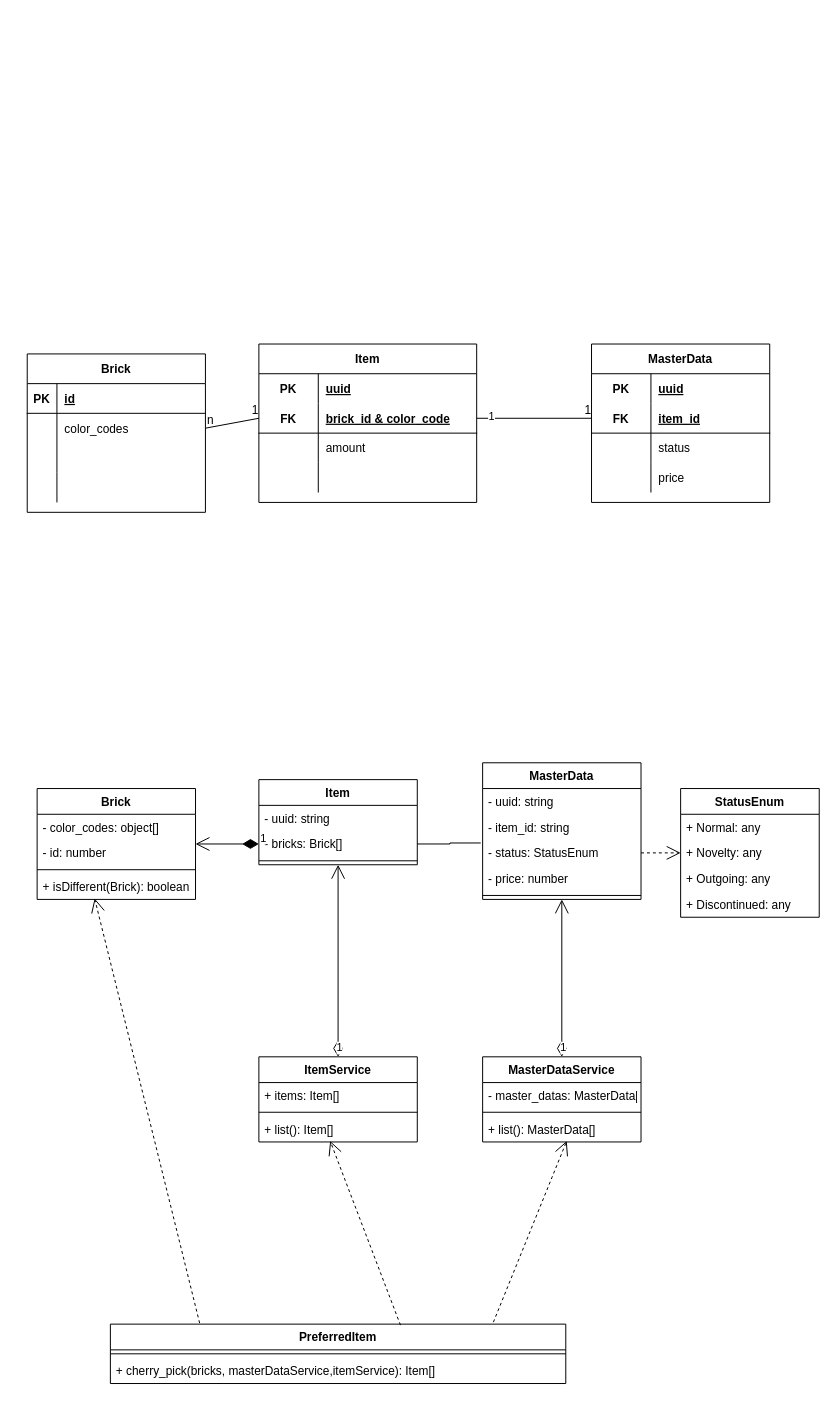
Earlier version of the draw.io diagram Untitled Diagram.drawio (coolloic/coolloic). Source tidied: cells renumbered, new cells numbered last; positions are measured from the earlier drawing's top-left corner, leaving out a move shared by most shapes. Both pictures are drawn from the tidied source at 99%, with x=0, y=0 at pixel (27, 344).
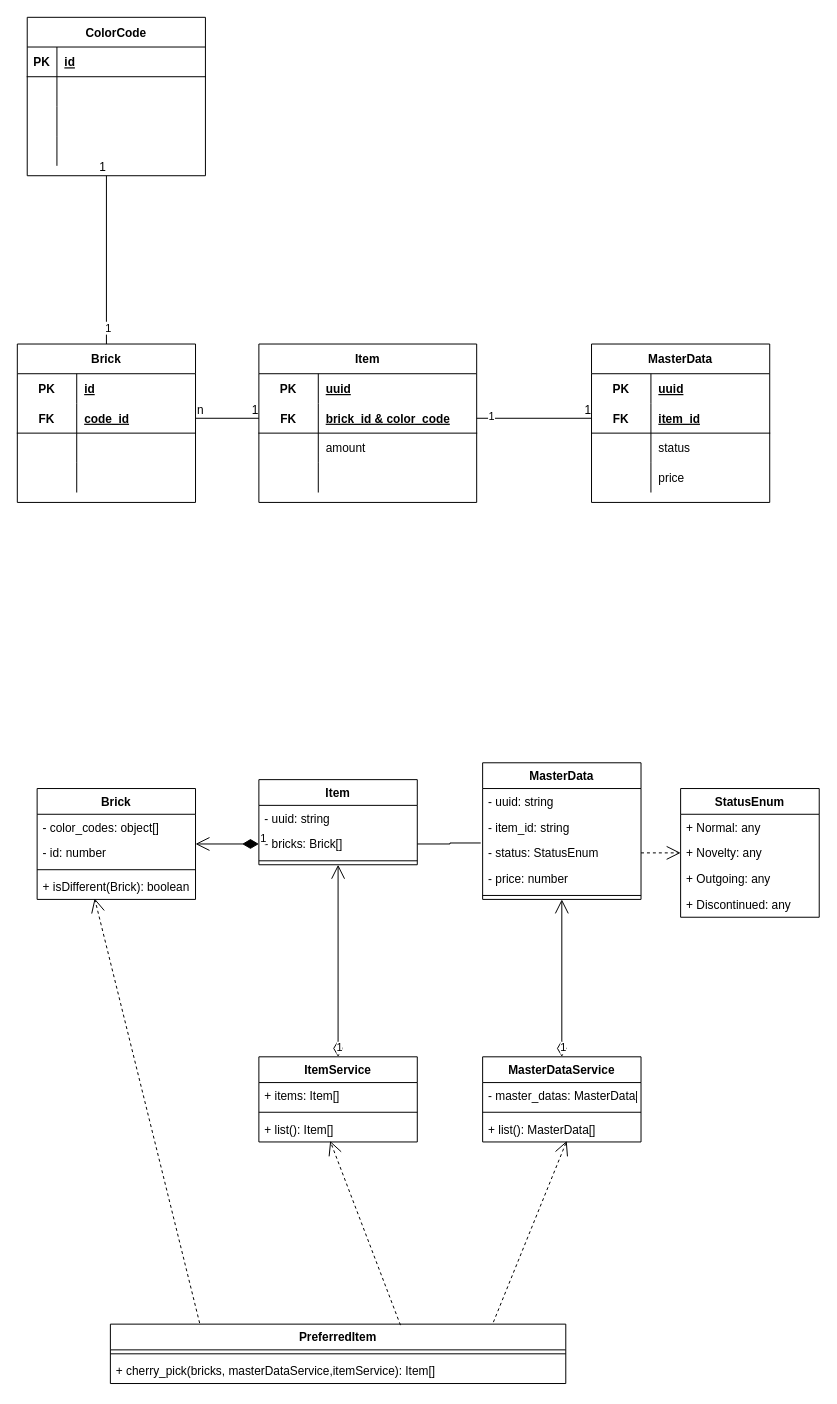
The same page after the edit.

Unchanged cells that the change refers to:
```xml
<mxCell id="58" style="shape=tableRow;horizontal=0;startSize=0;swimlaneHead=0;swimlaneBody=0;fillColor=none;points=[[0,0.5],[1,0.5]];portConstraint=eastwest;top=0;left=0;right=0;bottom=1;" parent="54" vertex="1">
  <mxGeometry y="60" width="220" height="30" as="geometry" />
</mxCell>
```

What changed in the source:
```diff
@@
-    <mxCell id="41" value="Brick" style="shape=table;startSize=30;childLayout=tableLayout;rowLines=0;fontStyle=1;align=center;" parent="1" vertex="1">
-      <mxGeometry y="10" width="180" height="160" as="geometry" />
-    </mxCell>
-    <mxCell id="42" style="shape=tableRow;horizontal=0;startSize=0;swimlaneHead=0;swimlaneBody=0;fillColor=none;top=0;left=0;right=0;bottom=1;" parent="41" vertex="1">
-      <mxGeometry y="30" width="180" height="30" as="geometry" />
-    </mxCell>
-    <mxCell id="43" value="PK" style="shape=partialRectangle;fillColor=none;top=0;left=0;bottom=0;right=0;fontStyle=1;overflow=hidden;" parent="42" vertex="1">
-      <mxGeometry width="30" height="30" as="geometry" />
-    </mxCell>
-    <mxCell id="44" value="id" style="shape=partialRectangle;fillColor=none;top=0;left=0;bottom=0;right=0;align=left;spacingLeft=6;fontStyle=5;overflow=hidden;" parent="42" vertex="1">
-      <mxGeometry x="30" width="150" height="30" as="geometry" />
-    </mxCell>
-    <mxCell id="45" style="shape=tableRow;horizontal=0;startSize=0;swimlaneHead=0;swimlaneBody=0;fillColor=none;points=[[0,0.5],[1,0.5]];portConstraint=eastwest;top=0;left=0;right=0;bottom=0;" parent="41" vertex="1">
-      <mxGeometry y="60" width="180" height="30" as="geometry" />
-    </mxCell>
-    <mxCell id="46" style="shape=partialRectangle;fillColor=none;top=0;left=0;bottom=0;right=0;overflow=hidden;" parent="45" vertex="1">
-      <mxGeometry width="30" height="30" as="geometry" />
-    </mxCell>
-    <mxCell id="47" value="color_codes" style="shape=partialRectangle;fillColor=none;top=0;left=0;bottom=0;right=0;align=left;spacingLeft=6;overflow=hidden;" parent="45" vertex="1">
-      <mxGeometry x="30" width="150" height="30" as="geometry" />
-    </mxCell>
-    <mxCell id="48" style="shape=tableRow;horizontal=0;startSize=0;swimlaneHead=0;swimlaneBody=0;fillColor=none;top=0;left=0;right=0;bottom=0;" parent="41" vertex="1">
-      <mxGeometry y="90" width="180" height="30" as="geometry" />
-    </mxCell>
-    <mxCell id="49" style="shape=partialRectangle;fillColor=none;top=0;left=0;bottom=0;right=0;overflow=hidden;" parent="48" vertex="1">
-      <mxGeometry width="30" height="30" as="geometry" />
-    </mxCell>
-    <mxCell id="50" style="shape=partialRectangle;fillColor=none;top=0;left=0;bottom=0;right=0;align=left;spacingLeft=6;overflow=hidden;" parent="48" vertex="1">
-      <mxGeometry x="30" width="150" height="30" as="geometry" />
-    </mxCell>
-    <mxCell id="51" style="shape=tableRow;horizontal=0;startSize=0;swimlaneHead=0;swimlaneBody=0;fillColor=none;top=0;left=0;right=0;bottom=0;" parent="41" vertex="1">
-      <mxGeometry y="120" width="180" height="30" as="geometry" />
-    </mxCell>
-    <mxCell id="52" style="shape=partialRectangle;fillColor=none;top=0;left=0;bottom=0;right=0;overflow=hidden;" parent="51" vertex="1">
-      <mxGeometry width="30" height="30" as="geometry" />
-    </mxCell>
-    <mxCell id="53" style="shape=partialRectangle;fillColor=none;top=0;left=0;bottom=0;right=0;align=left;spacingLeft=6;overflow=hidden;" parent="51" vertex="1">
-      <mxGeometry x="30" width="150" height="30" as="geometry" />
-    </mxCell>
@@
-    <mxCell id="67" style="endArrow=none;html=1;rounded=0;entryX=0;entryY=0.5;entryDx=0;entryDy=0;exitX=1;exitY=0.5;exitDx=0;exitDy=0;" parent="1" edge="1" source="45" target="58">
+    <mxCell id="67" style="endArrow=none;html=1;rounded=0;entryX=0;entryY=0.5;entryDx=0;entryDy=0;exitX=1;exitY=0.5;exitDx=0;exitDy=0;" parent="1" edge="1" source="101" target="58">
       <mxGeometry relative="1" as="geometry" />
     </mxCell>
@@
+    <mxCell id="86" value="ColorCode" style="shape=table;startSize=30;childLayout=tableLayout;rowLines=0;fontStyle=1;align=center;" parent="1" vertex="1">
+      <mxGeometry y="-330" width="180" height="160" as="geometry" />
+    </mxCell>
+    <mxCell id="42" style="shape=tableRow;horizontal=0;startSize=0;swimlaneHead=0;swimlaneBody=0;fillColor=none;top=0;left=0;right=0;bottom=1;" parent="86" vertex="1">
+      <mxGeometry y="30" width="180" height="30" as="geometry" />
+    </mxCell>
+    <mxCell id="43" value="PK" style="shape=partialRectangle;fillColor=none;top=0;left=0;bottom=0;right=0;fontStyle=1;overflow=hidden;" parent="42" vertex="1">
+      <mxGeometry width="30" height="30" as="geometry" />
+    </mxCell>
+    <mxCell id="44" value="id" style="shape=partialRectangle;fillColor=none;top=0;left=0;bottom=0;right=0;align=left;spacingLeft=6;fontStyle=5;overflow=hidden;" parent="42" vertex="1">
+      <mxGeometry x="30" width="150" height="30" as="geometry" />
+    </mxCell>
+    <mxCell id="45" style="shape=tableRow;horizontal=0;startSize=0;swimlaneHead=0;swimlaneBody=0;fillColor=none;points=[[0,0.5],[1,0.5]];portConstraint=eastwest;top=0;left=0;right=0;bottom=0;" parent="86" vertex="1">
+      <mxGeometry y="60" width="180" height="30" as="geometry" />
+    </mxCell>
+    <mxCell id="87" style="shape=partialRectangle;fillColor=none;top=0;left=0;bottom=0;right=0;overflow=hidden;" parent="45" vertex="1">
+      <mxGeometry width="30" height="30" as="geometry" />
+    </mxCell>
+    <mxCell id="88" style="shape=partialRectangle;fillColor=none;top=0;left=0;bottom=0;right=0;align=left;spacingLeft=6;overflow=hidden;" parent="45" vertex="1">
+      <mxGeometry x="30" width="150" height="30" as="geometry" />
+    </mxCell>
+    <mxCell id="89" style="shape=tableRow;horizontal=0;startSize=0;swimlaneHead=0;swimlaneBody=0;fillColor=none;top=0;left=0;right=0;bottom=0;" parent="86" vertex="1">
+      <mxGeometry y="90" width="180" height="30" as="geometry" />
+    </mxCell>
+    <mxCell id="90" style="shape=partialRectangle;fillColor=none;top=0;left=0;bottom=0;right=0;overflow=hidden;" parent="89" vertex="1">
+      <mxGeometry width="30" height="30" as="geometry" />
+    </mxCell>
+    <mxCell id="91" style="shape=partialRectangle;fillColor=none;top=0;left=0;bottom=0;right=0;align=left;spacingLeft=6;overflow=hidden;" parent="89" vertex="1">
+      <mxGeometry x="30" width="150" height="30" as="geometry" />
+    </mxCell>
+    <mxCell id="92" style="shape=tableRow;horizontal=0;startSize=0;swimlaneHead=0;swimlaneBody=0;fillColor=none;top=0;left=0;right=0;bottom=0;" parent="86" vertex="1">
+      <mxGeometry y="120" width="180" height="30" as="geometry" />
+    </mxCell>
+    <mxCell id="93" style="shape=partialRectangle;fillColor=none;top=0;left=0;bottom=0;right=0;overflow=hidden;" parent="92" vertex="1">
+      <mxGeometry width="30" height="30" as="geometry" />
+    </mxCell>
+    <mxCell id="94" style="shape=partialRectangle;fillColor=none;top=0;left=0;bottom=0;right=0;align=left;spacingLeft=6;overflow=hidden;" parent="92" vertex="1">
+      <mxGeometry x="30" width="150" height="30" as="geometry" />
+    </mxCell>
+    <mxCell id="95" style="endArrow=none;html=1;rounded=0;exitX=0.5;exitY=0;exitDx=0;exitDy=0;" parent="1" edge="1" source="41">
+      <mxGeometry relative="1" as="geometry">
+        <mxPoint x="80" y="-170" as="targetPoint" />
+      </mxGeometry>
+    </mxCell>
+    <mxCell id="96" value="1" style="html=1;align=right;verticalAlign=bottom;" parent="95" vertex="1">
+      <mxGeometry x="1" relative="1" as="geometry" />
+    </mxCell>
+    <mxCell id="97" value="1" style="edgeLabel;html=1;align=center;verticalAlign=middle;" parent="95" vertex="1">
+      <mxGeometry x="-0.8" y="-1" relative="1" as="geometry" />
+    </mxCell>
+    <mxCell id="41" value="Brick" style="shape=table;startSize=30;childLayout=tableLayout;rowLines=0;fontStyle=1;align=center;" parent="1" vertex="1">
+      <mxGeometry x="-10" width="180" height="160" as="geometry" />
+    </mxCell>
+    <mxCell id="98" style="shape=tableRow;horizontal=0;startSize=0;swimlaneHead=0;swimlaneBody=0;fillColor=none;top=0;left=0;right=0;bottom=0;" parent="41" vertex="1">
+      <mxGeometry y="30" width="180" height="30" as="geometry" />
+    </mxCell>
+    <mxCell id="99" value="PK" style="shape=partialRectangle;fillColor=none;top=0;left=0;bottom=0;right=0;fontStyle=1;overflow=hidden;" parent="98" vertex="1">
+      <mxGeometry width="60" height="30" as="geometry" />
+    </mxCell>
+    <mxCell id="100" value="id" style="shape=partialRectangle;fillColor=none;top=0;left=0;bottom=0;right=0;align=left;spacingLeft=6;fontStyle=5;overflow=hidden;" parent="98" vertex="1">
+      <mxGeometry x="60" width="120" height="30" as="geometry" />
+    </mxCell>
+    <mxCell id="101" style="shape=tableRow;horizontal=0;startSize=0;swimlaneHead=0;swimlaneBody=0;fillColor=none;points=[[0,0.5],[1,0.5]];portConstraint=eastwest;top=0;left=0;right=0;bottom=1;" parent="41" vertex="1">
+      <mxGeometry y="60" width="180" height="30" as="geometry" />
+    </mxCell>
+    <mxCell id="102" value="FK" style="shape=partialRectangle;fillColor=none;top=0;left=0;bottom=0;right=0;fontStyle=1;overflow=hidden;" parent="101" vertex="1">
+      <mxGeometry width="60" height="30" as="geometry" />
+    </mxCell>
+    <mxCell id="103" value="code_id" style="shape=partialRectangle;fillColor=none;top=0;left=0;bottom=0;right=0;align=left;spacingLeft=6;fontStyle=5;overflow=hidden;" parent="101" vertex="1">
+      <mxGeometry x="60" width="120" height="30" as="geometry" />
+    </mxCell>
+    <mxCell id="104" style="shape=tableRow;horizontal=0;startSize=0;swimlaneHead=0;swimlaneBody=0;fillColor=none;top=0;left=0;right=0;bottom=0;" parent="41" vertex="1">
+      <mxGeometry y="90" width="180" height="30" as="geometry" />
+    </mxCell>
+    <mxCell id="105" style="shape=partialRectangle;fillColor=none;top=0;left=0;bottom=0;right=0;overflow=hidden;" parent="104" vertex="1">
+      <mxGeometry width="60" height="30" as="geometry" />
+    </mxCell>
+    <mxCell id="106" style="shape=partialRectangle;fillColor=none;top=0;left=0;bottom=0;right=0;align=left;spacingLeft=6;overflow=hidden;" parent="104" vertex="1">
+      <mxGeometry x="60" width="120" height="30" as="geometry" />
+    </mxCell>
+    <mxCell id="107" style="shape=tableRow;horizontal=0;startSize=0;swimlaneHead=0;swimlaneBody=0;fillColor=none;top=0;left=0;right=0;bottom=0;" parent="41" vertex="1">
+      <mxGeometry y="120" width="180" height="30" as="geometry" />
+    </mxCell>
+    <mxCell id="108" style="shape=partialRectangle;fillColor=none;top=0;left=0;bottom=0;right=0;overflow=hidden;" parent="107" vertex="1">
+      <mxGeometry width="60" height="30" as="geometry" />
+    </mxCell>
+    <mxCell id="109" style="shape=partialRectangle;fillColor=none;top=0;left=0;bottom=0;right=0;align=left;spacingLeft=6;overflow=hidden;" parent="107" vertex="1">
+      <mxGeometry x="60" width="120" height="30" as="geometry" />
+    </mxCell>
```
